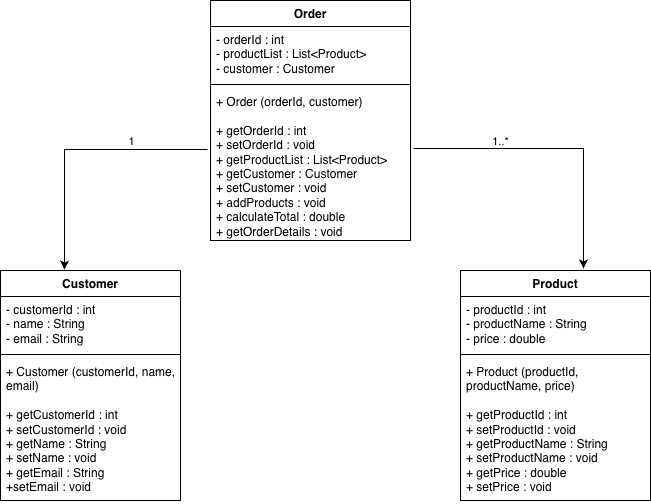
SangeethaNachimuthu/SimpleOnlineShop keeps this draw.io diagram as uml-diagram-onlineShop.drawio.png. Above is the earlier version. Source tidied: cells renumbered, new cells last; positions are measured from the earlier drawing's top-left corner, leaving out a move shared by most shapes. The source it was exported from:
```xml
<mxGraphModel>
  <root>
    <mxCell id="0" />
    <mxCell id="1" parent="0" />
    <mxCell id="2" value="Customer" style="swimlane;fontStyle=1;align=center;verticalAlign=top;horizontal=1;startSize=26;whiteSpace=wrap;html=1;" parent="1" vertex="1">
      <mxGeometry y="270" width="180" height="230" as="geometry" />
    </mxCell>
    <mxCell id="3" value="- customerId : int&lt;div&gt;- name : String&lt;/div&gt;&lt;div&gt;- email : String&lt;/div&gt;" style="text;strokeColor=none;fillColor=none;align=left;verticalAlign=top;spacingLeft=4;spacingRight=4;overflow=hidden;whiteSpace=wrap;html=1;" parent="2" vertex="1">
      <mxGeometry y="26" width="180" height="54" as="geometry" />
    </mxCell>
    <mxCell id="4" style="line;strokeWidth=1;fillColor=none;align=left;verticalAlign=middle;spacingTop=-1;spacingLeft=3;spacingRight=3;labelPosition=right;strokeColor=inherit;" parent="2" vertex="1">
      <mxGeometry y="80" width="180" height="8" as="geometry" />
    </mxCell>
    <mxCell id="5" value="+ Customer (customerId, name, email)&lt;div&gt;&lt;br&gt;&lt;/div&gt;&lt;div&gt;+ getCustomerId : int&lt;/div&gt;&lt;div&gt;+ setCustomerId : void&lt;/div&gt;&lt;div&gt;+ getName : String&lt;/div&gt;&lt;div&gt;+ setName : void&lt;/div&gt;&lt;div&gt;+ getEmail : String&lt;/div&gt;&lt;div&gt;+setEmail : void&lt;/div&gt;" style="text;strokeColor=none;fillColor=none;align=left;verticalAlign=top;spacingLeft=4;spacingRight=4;overflow=hidden;whiteSpace=wrap;html=1;" parent="2" vertex="1">
      <mxGeometry y="88" width="180" height="142" as="geometry" />
    </mxCell>
    <mxCell id="6" value="Product" style="swimlane;fontStyle=1;align=center;verticalAlign=top;horizontal=1;startSize=26;whiteSpace=wrap;html=1;" parent="1" vertex="1">
      <mxGeometry x="460" y="270" width="190" height="230" as="geometry" />
    </mxCell>
    <mxCell id="7" value="- productId : int&lt;div&gt;- productName : String&lt;/div&gt;&lt;div&gt;- price : double&lt;/div&gt;" style="text;strokeColor=none;fillColor=none;align=left;verticalAlign=top;spacingLeft=4;spacingRight=4;overflow=hidden;whiteSpace=wrap;html=1;" parent="6" vertex="1">
      <mxGeometry y="26" width="190" height="54" as="geometry" />
    </mxCell>
    <mxCell id="8" style="line;strokeWidth=1;fillColor=none;align=left;verticalAlign=middle;spacingTop=-1;spacingLeft=3;spacingRight=3;labelPosition=right;strokeColor=inherit;" parent="6" vertex="1">
      <mxGeometry y="80" width="190" height="8" as="geometry" />
    </mxCell>
    <mxCell id="9" value="+ Product (productId, productName, price)&lt;div&gt;&lt;br&gt;&lt;/div&gt;&lt;div&gt;+ getProductId : int&lt;/div&gt;&lt;div&gt;+ setProductId : void&lt;/div&gt;&lt;div&gt;+ getProductName : String&lt;/div&gt;&lt;div&gt;+ setProductName : void&lt;/div&gt;&lt;div&gt;+ getPrice : double&lt;/div&gt;&lt;div&gt;+ setPrice : void&lt;/div&gt;" style="text;strokeColor=none;fillColor=none;align=left;verticalAlign=top;spacingLeft=4;spacingRight=4;overflow=hidden;whiteSpace=wrap;html=1;" parent="6" vertex="1">
      <mxGeometry y="88" width="190" height="142" as="geometry" />
    </mxCell>
    <mxCell id="10" value="Order" style="swimlane;fontStyle=1;align=center;verticalAlign=top;horizontal=1;startSize=26;whiteSpace=wrap;html=1;" parent="1" vertex="1">
      <mxGeometry x="210" width="200" height="240" as="geometry" />
    </mxCell>
    <mxCell id="11" value="- orderId : int&lt;div&gt;- productList : List&amp;lt;Product&amp;gt;&lt;/div&gt;&lt;div&gt;- customer : Customer&lt;/div&gt;" style="text;strokeColor=none;fillColor=none;align=left;verticalAlign=top;spacingLeft=4;spacingRight=4;overflow=hidden;whiteSpace=wrap;html=1;" parent="10" vertex="1">
      <mxGeometry y="26" width="200" height="54" as="geometry" />
    </mxCell>
    <mxCell id="12" style="line;strokeWidth=1;fillColor=none;align=left;verticalAlign=middle;spacingTop=-1;spacingLeft=3;spacingRight=3;labelPosition=right;strokeColor=inherit;" parent="10" vertex="1">
      <mxGeometry y="80" width="200" height="8" as="geometry" />
    </mxCell>
    <mxCell id="13" value="+ Order (orderId, customer)&lt;div&gt;&lt;br&gt;&lt;/div&gt;&lt;div&gt;+ getOrderId : int&lt;/div&gt;&lt;div&gt;+ setOrderId : void&lt;/div&gt;&lt;div&gt;+ getProductList : List&amp;lt;Product&amp;gt;&lt;/div&gt;&lt;div&gt;+ getCustomer : Customer&lt;/div&gt;&lt;div&gt;+ setCustomer : void&lt;/div&gt;&lt;div&gt;+ addProducts : void&lt;/div&gt;&lt;div&gt;+ calculateTotal : double&lt;/div&gt;&lt;div&gt;+ getOrderDetails : void&lt;/div&gt;" style="text;strokeColor=none;fillColor=none;align=left;verticalAlign=top;spacingLeft=4;spacingRight=4;overflow=hidden;points=[[0,0.5],[1,0.5]];portConstraint=eastwest;whiteSpace=wrap;html=1;" parent="10" vertex="1">
      <mxGeometry y="88" width="200" height="152" as="geometry" />
    </mxCell>
    <mxCell id="14" style="edgeStyle=orthogonalEdgeStyle;rounded=0;jettySize=auto;html=1;entryX=0.356;entryY=-0.004;entryDx=0;entryDy=0;entryPerimeter=0;exitX=-0.015;exitY=0.401;exitDx=0;exitDy=0;exitPerimeter=0;" parent="1" edge="1" source="13" target="2">
      <mxGeometry relative="1" as="geometry" />
    </mxCell>
    <mxCell id="15" value="1" style="edgeLabel;html=1;align=center;verticalAlign=middle;" parent="14" vertex="1">
      <mxGeometry x="0.18" relative="1" as="geometry">
        <mxPoint x="66" y="-21" as="offset" />
      </mxGeometry>
    </mxCell>
    <mxCell id="16" style="edgeStyle=orthogonalEdgeStyle;rounded=0;jettySize=auto;html=1;entryX=0.647;entryY=-0.009;entryDx=0;entryDy=0;entryPerimeter=0;exitX=1.015;exitY=0.395;exitDx=0;exitDy=0;exitPerimeter=0;" parent="1" edge="1" source="13" target="6">
      <mxGeometry relative="1" as="geometry" />
    </mxCell>
    <mxCell id="17" value="1..*" style="edgeLabel;html=1;align=center;verticalAlign=middle;" parent="16" vertex="1">
      <mxGeometry x="0.08" relative="1" as="geometry">
        <mxPoint x="-69" y="-8" as="offset" />
      </mxGeometry>
    </mxCell>
  </root>
</mxGraphModel>
```
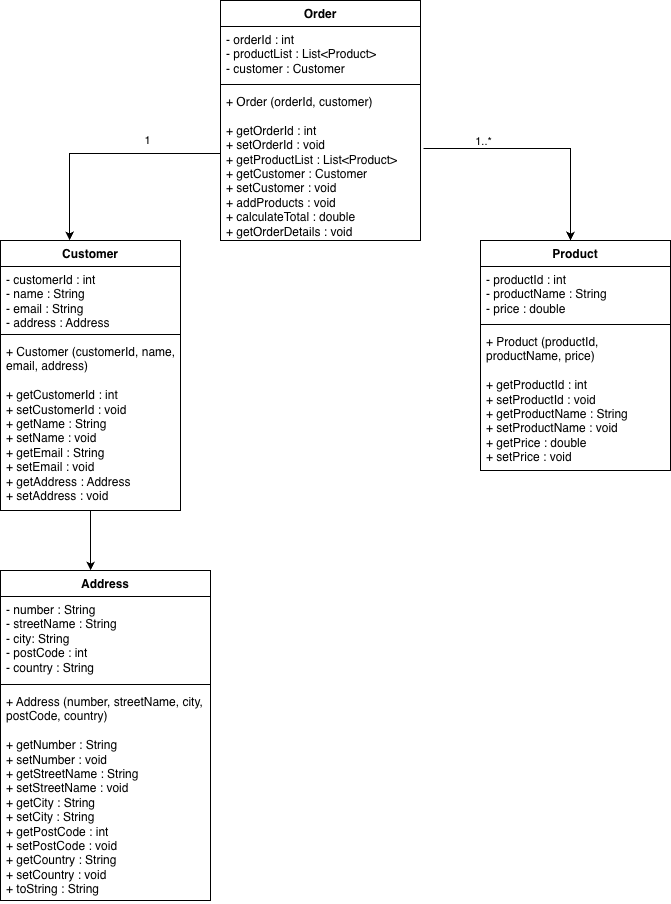
After the commit.

Commit message:
Add Address class and update its related changes

Diff of the diagram source:
```diff
@@ -3,19 +3,19 @@
     <mxCell id="0" />
     <mxCell id="1" parent="0" />
     <mxCell id="2" value="Customer" style="swimlane;fontStyle=1;align=center;verticalAlign=top;horizontal=1;startSize=26;whiteSpace=wrap;html=1;" parent="1" vertex="1">
-      <mxGeometry y="270" width="180" height="230" as="geometry" />
+      <mxGeometry x="-10" y="240" width="180" height="270" as="geometry" />
     </mxCell>
-    <mxCell id="3" value="- customerId : int&lt;div&gt;- name : String&lt;/div&gt;&lt;div&gt;- email : String&lt;/div&gt;" style="text;strokeColor=none;fillColor=none;align=left;verticalAlign=top;spacingLeft=4;spacingRight=4;overflow=hidden;whiteSpace=wrap;html=1;" parent="2" vertex="1">
-      <mxGeometry y="26" width="180" height="54" as="geometry" />
+    <mxCell id="3" value="- customerId : int&lt;div&gt;- name : String&lt;/div&gt;&lt;div&gt;- email : String&lt;/div&gt;&lt;div&gt;- address : Address&lt;/div&gt;" style="text;strokeColor=none;fillColor=none;align=left;verticalAlign=top;spacingLeft=4;spacingRight=4;overflow=hidden;whiteSpace=wrap;html=1;" parent="2" vertex="1">
+      <mxGeometry y="26" width="180" height="64" as="geometry" />
     </mxCell>
     <mxCell id="4" style="line;strokeWidth=1;fillColor=none;align=left;verticalAlign=middle;spacingTop=-1;spacingLeft=3;spacingRight=3;labelPosition=right;strokeColor=inherit;" parent="2" vertex="1">
-      <mxGeometry y="80" width="180" height="8" as="geometry" />
+      <mxGeometry y="90" width="180" height="8" as="geometry" />
     </mxCell>
-    <mxCell id="5" value="+ Customer (customerId, name, email)&lt;div&gt;&lt;br&gt;&lt;/div&gt;&lt;div&gt;+ getCustomerId : int&lt;/div&gt;&lt;div&gt;+ setCustomerId : void&lt;/div&gt;&lt;div&gt;+ getName : String&lt;/div&gt;&lt;div&gt;+ setName : void&lt;/div&gt;&lt;div&gt;+ getEmail : String&lt;/div&gt;&lt;div&gt;+setEmail : void&lt;/div&gt;" style="text;strokeColor=none;fillColor=none;align=left;verticalAlign=top;spacingLeft=4;spacingRight=4;overflow=hidden;whiteSpace=wrap;html=1;" parent="2" vertex="1">
-      <mxGeometry y="88" width="180" height="142" as="geometry" />
+    <mxCell id="5" value="+ Customer (customerId, name, email, address)&lt;div&gt;&lt;br&gt;&lt;/div&gt;&lt;div&gt;+ getCustomerId : int&lt;/div&gt;&lt;div&gt;+ setCustomerId : void&lt;/div&gt;&lt;div&gt;+ getName : String&lt;/div&gt;&lt;div&gt;+ setName : void&lt;/div&gt;&lt;div&gt;+ getEmail : String&lt;/div&gt;&lt;div&gt;+ setEmail : void&lt;/div&gt;&lt;div&gt;+ getAddress : Address&lt;/div&gt;&lt;div&gt;+ setAddress : void&lt;/div&gt;" style="text;strokeColor=none;fillColor=none;align=left;verticalAlign=top;spacingLeft=4;spacingRight=4;overflow=hidden;whiteSpace=wrap;html=1;" parent="2" vertex="1">
+      <mxGeometry y="98" width="180" height="172" as="geometry" />
     </mxCell>
     <mxCell id="6" value="Product" style="swimlane;fontStyle=1;align=center;verticalAlign=top;horizontal=1;startSize=26;whiteSpace=wrap;html=1;" parent="1" vertex="1">
-      <mxGeometry x="460" y="270" width="190" height="230" as="geometry" />
+      <mxGeometry x="470" y="240" width="190" height="230" as="geometry" />
     </mxCell>
     <mxCell id="7" value="- productId : int&lt;div&gt;- productName : String&lt;/div&gt;&lt;div&gt;- price : double&lt;/div&gt;" style="text;strokeColor=none;fillColor=none;align=left;verticalAlign=top;spacingLeft=4;spacingRight=4;overflow=hidden;whiteSpace=wrap;html=1;" parent="6" vertex="1">
       <mxGeometry y="26" width="190" height="54" as="geometry" />
@@ -38,21 +38,45 @@
     <mxCell id="13" value="+ Order (orderId, customer)&lt;div&gt;&lt;br&gt;&lt;/div&gt;&lt;div&gt;+ getOrderId : int&lt;/div&gt;&lt;div&gt;+ setOrderId : void&lt;/div&gt;&lt;div&gt;+ getProductList : List&amp;lt;Product&amp;gt;&lt;/div&gt;&lt;div&gt;+ getCustomer : Customer&lt;/div&gt;&lt;div&gt;+ setCustomer : void&lt;/div&gt;&lt;div&gt;+ addProducts : void&lt;/div&gt;&lt;div&gt;+ calculateTotal : double&lt;/div&gt;&lt;div&gt;+ getOrderDetails : void&lt;/div&gt;" style="text;strokeColor=none;fillColor=none;align=left;verticalAlign=top;spacingLeft=4;spacingRight=4;overflow=hidden;points=[[0,0.5],[1,0.5]];portConstraint=eastwest;whiteSpace=wrap;html=1;" parent="10" vertex="1">
       <mxGeometry y="88" width="200" height="152" as="geometry" />
     </mxCell>
-    <mxCell id="14" style="edgeStyle=orthogonalEdgeStyle;rounded=0;jettySize=auto;html=1;entryX=0.356;entryY=-0.004;entryDx=0;entryDy=0;entryPerimeter=0;exitX=-0.015;exitY=0.401;exitDx=0;exitDy=0;exitPerimeter=0;" parent="1" edge="1" source="13" target="2">
-      <mxGeometry relative="1" as="geometry" />
+    <mxCell id="14" style="edgeStyle=orthogonalEdgeStyle;rounded=0;orthogonalLoop=1;jettySize=auto;html=1;entryX=0.367;entryY=-0.015;entryDx=0;entryDy=0;entryPerimeter=0;exitX=-0.015;exitY=0.401;exitDx=0;exitDy=0;exitPerimeter=0;" parent="1" edge="1">
+      <mxGeometry relative="1" as="geometry">
+        <mxPoint x="210" y="153" as="sourcePoint" />
+        <mxPoint x="59.1" y="240" as="targetPoint" />
+      </mxGeometry>
     </mxCell>
     <mxCell id="15" value="1" style="edgeLabel;html=1;align=center;verticalAlign=middle;" parent="14" vertex="1">
       <mxGeometry x="0.18" relative="1" as="geometry">
-        <mxPoint x="66" y="-21" as="offset" />
+        <mxPoint x="66" y="-13" as="offset" />
       </mxGeometry>
     </mxCell>
-    <mxCell id="16" style="edgeStyle=orthogonalEdgeStyle;rounded=0;jettySize=auto;html=1;entryX=0.647;entryY=-0.009;entryDx=0;entryDy=0;entryPerimeter=0;exitX=1.015;exitY=0.395;exitDx=0;exitDy=0;exitPerimeter=0;" parent="1" edge="1" source="13" target="6">
-      <mxGeometry relative="1" as="geometry" />
+    <mxCell id="16" style="edgeStyle=orthogonalEdgeStyle;rounded=0;jettySize=auto;html=1;exitX=1.015;exitY=0.395;exitDx=0;exitDy=0;exitPerimeter=0;" parent="1" edge="1" source="13">
+      <mxGeometry relative="1" as="geometry">
+        <mxPoint x="560" y="240" as="targetPoint" />
+        <Array as="points">
+          <mxPoint x="560" y="148" />
+          <mxPoint x="560" y="240" />
+        </Array>
+      </mxGeometry>
     </mxCell>
     <mxCell id="17" value="1..*" style="edgeLabel;html=1;align=center;verticalAlign=middle;" parent="16" vertex="1">
       <mxGeometry x="0.08" relative="1" as="geometry">
         <mxPoint x="-69" y="-8" as="offset" />
       </mxGeometry>
     </mxCell>
+    <mxCell id="18" value="Address" style="swimlane;fontStyle=1;align=center;verticalAlign=top;horizontal=1;startSize=26;whiteSpace=wrap;html=1;" parent="1" vertex="1">
+      <mxGeometry x="-10" y="570" width="210" height="330" as="geometry" />
+    </mxCell>
+    <mxCell id="19" value="- number : String&lt;div&gt;- streetName : String&lt;/div&gt;&lt;div&gt;- city: String&lt;/div&gt;&lt;div&gt;- postCode : int&lt;/div&gt;&lt;div&gt;- country : String&amp;nbsp;&lt;/div&gt;" style="text;strokeColor=none;fillColor=none;align=left;verticalAlign=top;spacingLeft=4;spacingRight=4;overflow=hidden;whiteSpace=wrap;html=1;" parent="18" vertex="1">
+      <mxGeometry y="26" width="210" height="84" as="geometry" />
+    </mxCell>
+    <mxCell id="20" style="line;strokeWidth=1;fillColor=none;align=left;verticalAlign=middle;spacingTop=-1;spacingLeft=3;spacingRight=3;labelPosition=right;strokeColor=inherit;" parent="18" vertex="1">
+      <mxGeometry y="110" width="210" height="8" as="geometry" />
+    </mxCell>
+    <mxCell id="21" value="+ Address (number, streetName, city, postCode, country)&lt;div&gt;&lt;br&gt;&lt;/div&gt;&lt;div&gt;+ getNumber : String&lt;/div&gt;&lt;div&gt;+ setNumber : void&lt;/div&gt;&lt;div&gt;+ getStreetName : String&lt;/div&gt;&lt;div&gt;+ setStreetName : void&lt;/div&gt;&lt;div&gt;+ getCity : String&lt;/div&gt;&lt;div&gt;+ setCity : String&lt;/div&gt;&lt;div&gt;+ getPostCode : int&lt;/div&gt;&lt;div&gt;+ setPostCode : void&lt;/div&gt;&lt;div&gt;+ getCountry : String&lt;/div&gt;&lt;div&gt;+ setCountry : void&lt;/div&gt;&lt;div&gt;+ toString : String&lt;/div&gt;" style="text;strokeColor=none;fillColor=none;align=left;verticalAlign=top;spacingLeft=4;spacingRight=4;overflow=hidden;whiteSpace=wrap;html=1;" parent="18" vertex="1">
+      <mxGeometry y="118" width="210" height="212" as="geometry" />
+    </mxCell>
+    <mxCell id="22" style="edgeStyle=orthogonalEdgeStyle;rounded=0;jettySize=auto;html=1;entryX=0.429;entryY=0;entryDx=0;entryDy=0;entryPerimeter=0;" parent="1" edge="1" source="2" target="18">
+      <mxGeometry relative="1" as="geometry" />
+    </mxCell>
   </root>
 </mxGraphModel>
```
